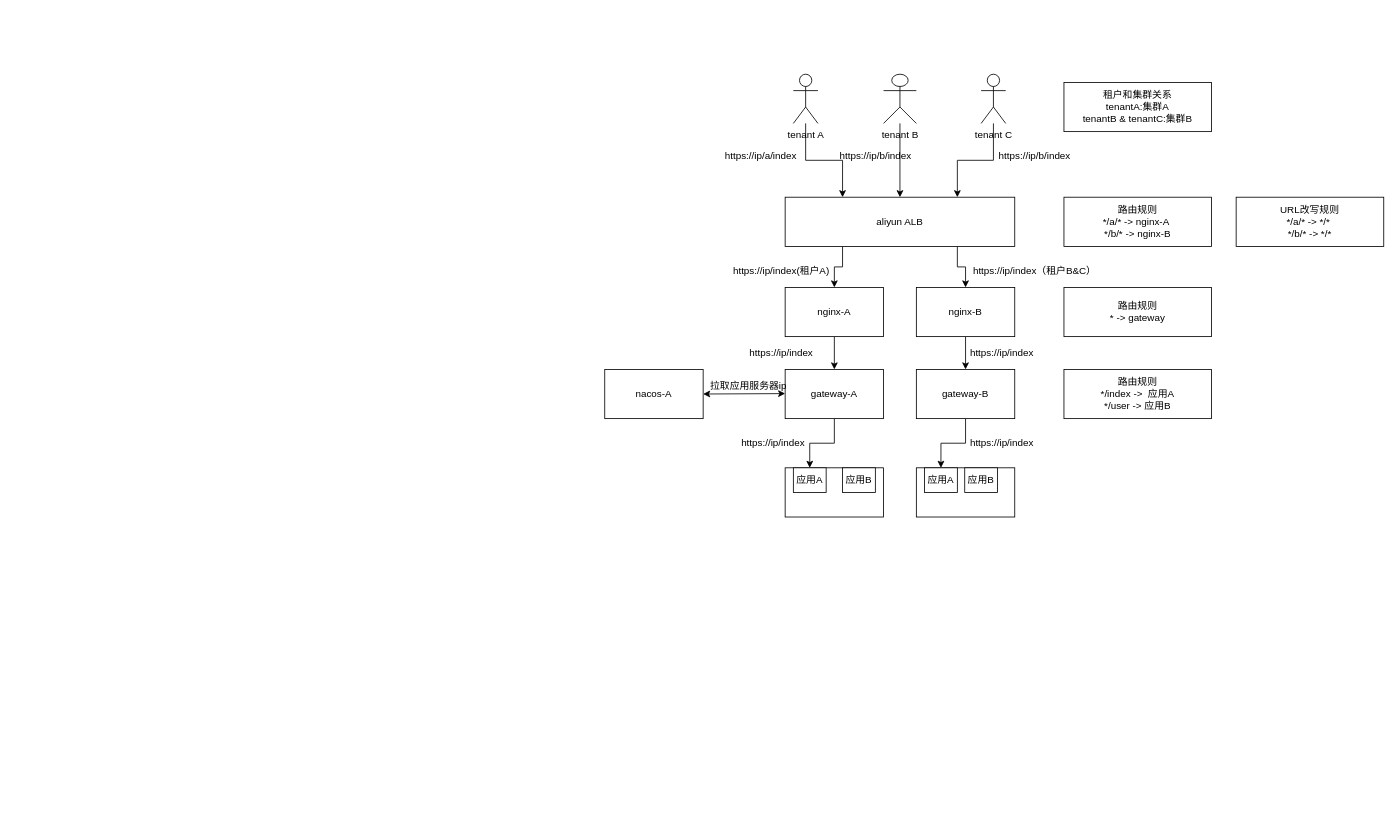
Above: tenant.drawio in julingpu/coffee (draw.io), before the change. Source tidied: cells renumbered, new cells numbered last; positions are measured from the earlier drawing's top-left corner, leaving out a move shared by most shapes. Both pictures are drawn from the tidied source at 82%, with x=0, y=0 at pixel (604, 74).
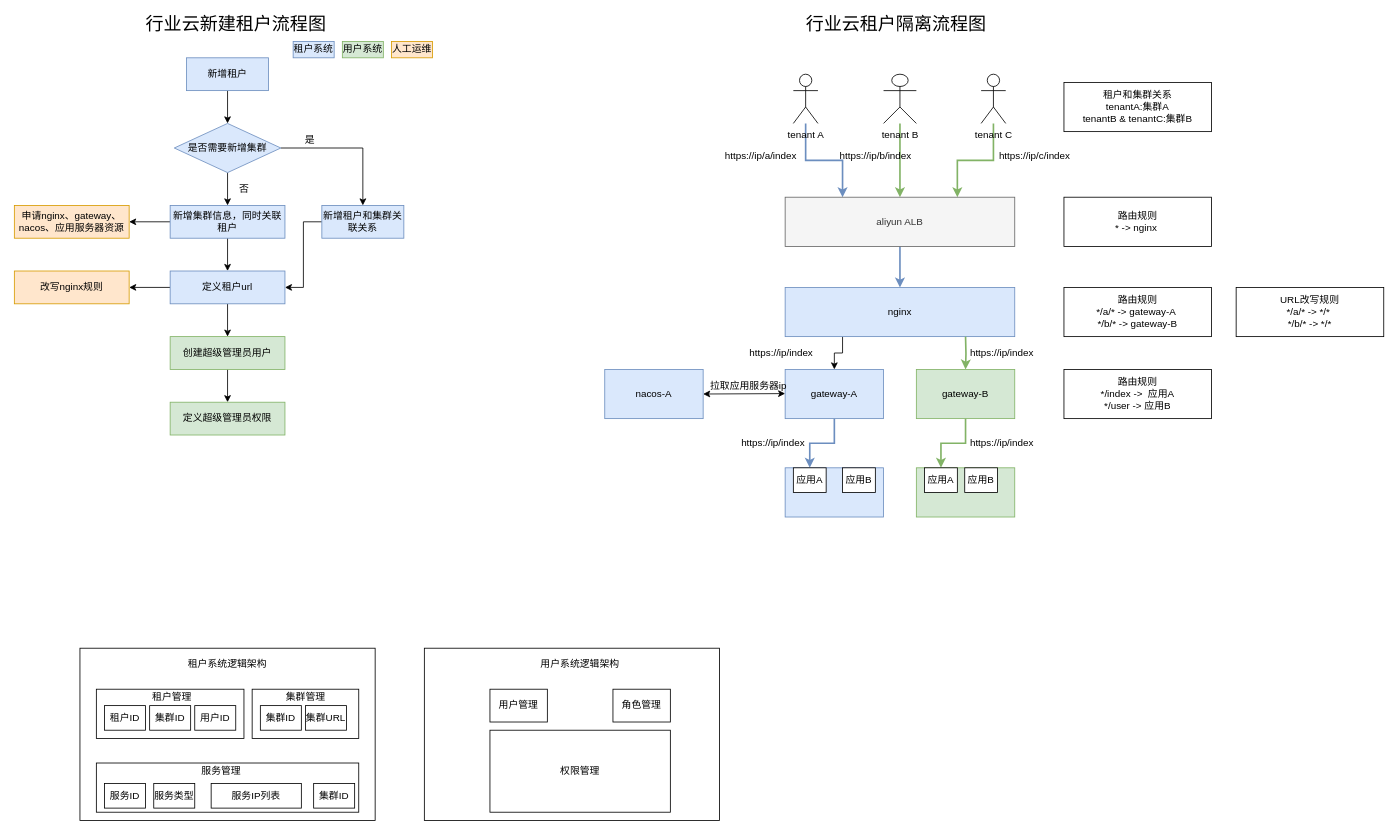
The same diagram, later.

Unchanged cells that the change refers to:
```xml
<mxCell id="3" value="tenant B" style="shape=umlActor;verticalLabelPosition=bottom;verticalAlign=top;html=1;outlineConnect=0;" parent="1" vertex="1">
  <mxGeometry x="340" width="40" height="60" as="geometry" />
</mxCell>
<mxCell id="5" value="tenant A" style="shape=umlActor;verticalLabelPosition=bottom;verticalAlign=top;html=1;outlineConnect=0;" parent="1" vertex="1">
  <mxGeometry x="230" width="30" height="60" as="geometry" />
</mxCell>
<mxCell id="7" value="tenant C" style="shape=umlActor;verticalLabelPosition=bottom;verticalAlign=top;html=1;outlineConnect=0;" parent="1" vertex="1">
  <mxGeometry x="459" width="30" height="60" as="geometry" />
</mxCell>
<mxCell id="35" value="应用A" style="rounded=0;whiteSpace=wrap;html=1;" parent="1" vertex="1">
  <mxGeometry x="230" y="480" width="40" height="30" as="geometry" />
</mxCell>
<mxCell id="38" value="应用A" style="rounded=0;whiteSpace=wrap;html=1;" parent="1" vertex="1">
  <mxGeometry x="390" y="480" width="40" height="30" as="geometry" />
</mxCell>
```

Diff of the diagram source:
```diff
@@
-    <mxCell id="2" style="edgeStyle=orthogonalEdgeStyle;rounded=0;jettySize=auto;html=1;entryX=0.5;entryY=0;entryDx=0;entryDy=0;" parent="1" edge="1" source="3" target="11">
+    <mxCell id="2" style="edgeStyle=orthogonalEdgeStyle;rounded=0;jettySize=auto;html=1;entryX=0.5;entryY=0;entryDx=0;entryDy=0;fillColor=#d5e8d4;strokeColor=#82b366;strokeWidth=2;" parent="1" edge="1" source="3" target="11">
       <mxGeometry relative="1" as="geometry" />
     </mxCell>
@@
-    <mxCell id="4" style="edgeStyle=orthogonalEdgeStyle;rounded=0;jettySize=auto;html=1;entryX=0.25;entryY=0;entryDx=0;entryDy=0;" parent="1" edge="1" source="5" target="11">
+    <mxCell id="4" style="edgeStyle=orthogonalEdgeStyle;rounded=0;jettySize=auto;html=1;entryX=0.25;entryY=0;entryDx=0;entryDy=0;fillColor=#dae8fc;strokeColor=#6c8ebf;strokeWidth=2;" parent="1" edge="1" source="5" target="11">
       <mxGeometry relative="1" as="geometry" />
     </mxCell>
@@
-    <mxCell id="6" style="edgeStyle=orthogonalEdgeStyle;rounded=0;jettySize=auto;html=1;entryX=0.75;entryY=0;entryDx=0;entryDy=0;" parent="1" edge="1" source="7" target="11">
+    <mxCell id="6" style="edgeStyle=orthogonalEdgeStyle;rounded=0;jettySize=auto;html=1;entryX=0.75;entryY=0;entryDx=0;entryDy=0;strokeColor=#82b366;strokeWidth=2;fillColor=#d5e8d4;" parent="1" edge="1" source="7" target="11">
       <mxGeometry relative="1" as="geometry" />
     </mxCell>
@@
-    <mxCell id="9" style="edgeStyle=orthogonalEdgeStyle;rounded=0;jettySize=auto;html=1;exitX=0.25;exitY=1;exitDx=0;exitDy=0;" parent="1" edge="1" source="11" target="16">
+    <mxCell id="9" style="edgeStyle=orthogonalEdgeStyle;rounded=0;jettySize=auto;html=1;exitX=0.5;exitY=1;exitDx=0;exitDy=0;strokeColor=#6c8ebf;strokeWidth=2;fillColor=#dae8fc;" parent="1" edge="1" source="11" target="16">
       <mxGeometry relative="1" as="geometry" />
     </mxCell>
-    <mxCell id="10" style="edgeStyle=orthogonalEdgeStyle;rounded=0;jettySize=auto;html=1;exitX=0.75;exitY=1;exitDx=0;exitDy=0;entryX=0.5;entryY=0;entryDx=0;entryDy=0;" parent="1" edge="1" source="11" target="18">
-      <mxGeometry relative="1" as="geometry" />
-    </mxCell>
-    <mxCell id="11" value="aliyun ALB" style="rounded=0;whiteSpace=wrap;html=1;" parent="1" vertex="1">
+    <mxCell id="11" value="aliyun ALB" style="rounded=0;whiteSpace=wrap;html=1;fillColor=#f5f5f5;strokeColor=#666666;fontColor=#333333;" parent="1" vertex="1">
       <mxGeometry x="220" y="150" width="280" height="60" as="geometry" />
     </mxCell>
@@
-    <mxCell id="14" value="https://ip/b/index" style="text;html=1;align=center;verticalAlign=middle;strokeColor=none;" parent="1" vertex="1">
+    <mxCell id="14" value="https://ip/c/index" style="text;html=1;align=center;verticalAlign=middle;strokeColor=none;" parent="1" vertex="1">
       <mxGeometry x="474" y="90" width="100" height="20" as="geometry" />
     </mxCell>
-    <mxCell id="15" style="edgeStyle=orthogonalEdgeStyle;rounded=0;jettySize=auto;html=1;exitX=0.5;exitY=1;exitDx=0;exitDy=0;entryX=0.5;entryY=0;entryDx=0;entryDy=0;" parent="1" edge="1" source="16" target="25">
+    <mxCell id="15" style="edgeStyle=orthogonalEdgeStyle;rounded=0;jettySize=auto;html=1;exitX=0.25;exitY=1;exitDx=0;exitDy=0;entryX=0.5;entryY=0;entryDx=0;entryDy=0;strokeWidth=1;" parent="1" edge="1" source="16" target="25">
       <mxGeometry relative="1" as="geometry" />
     </mxCell>
-    <mxCell id="16" value="nginx-A" style="rounded=0;whiteSpace=wrap;html=1;" parent="1" vertex="1">
-      <mxGeometry x="220" y="260" width="120" height="60" as="geometry" />
+    <mxCell id="16" value="nginx" style="rounded=0;whiteSpace=wrap;html=1;fillColor=#dae8fc;strokeColor=#6c8ebf;" parent="1" vertex="1">
+      <mxGeometry x="220" y="260" width="280" height="60" as="geometry" />
     </mxCell>
-    <mxCell id="17" style="edgeStyle=orthogonalEdgeStyle;rounded=0;jettySize=auto;html=1;exitX=0.5;exitY=1;exitDx=0;exitDy=0;entryX=0.5;entryY=0;entryDx=0;entryDy=0;" parent="1" edge="1" source="18" target="27">
-      <mxGeometry relative="1" as="geometry" />
+    <mxCell id="17" style="edgeStyle=orthogonalEdgeStyle;rounded=0;jettySize=auto;html=1;exitX=0.5;exitY=1;exitDx=0;exitDy=0;entryX=0.5;entryY=0;entryDx=0;entryDy=0;strokeColor=#82b366;strokeWidth=2;fillColor=#d5e8d4;" parent="1" edge="1" target="27">
+      <mxGeometry relative="1" as="geometry">
+        <mxPoint x="440" y="320" as="sourcePoint" />
+      </mxGeometry>
     </mxCell>
-    <mxCell id="18" value="nginx-B" style="rounded=0;whiteSpace=wrap;html=1;" parent="1" vertex="1">
-      <mxGeometry x="380" y="260" width="120" height="60" as="geometry" />
-    </mxCell>
-    <mxCell id="19" value="路由规则&lt;br&gt;*/a/* -&amp;gt; nginx-A&amp;nbsp;&lt;br&gt;*/b/* -&amp;gt; nginx-B" style="rounded=0;whiteSpace=wrap;html=1;" parent="1" vertex="1">
+    <mxCell id="19" value="路由规则&lt;br&gt;* -&amp;gt; nginx&amp;nbsp;" style="rounded=0;whiteSpace=wrap;html=1;" parent="1" vertex="1">
       <mxGeometry x="560" y="150" width="180" height="60" as="geometry" />
     </mxCell>
-    <mxCell id="20" value="https://ip/index(租户A)" style="text;html=1;align=center;verticalAlign=middle;strokeColor=none;" parent="1" vertex="1">
-      <mxGeometry x="150" y="230" width="130" height="20" as="geometry" />
-    </mxCell>
-    <mxCell id="21" value="https://ip/index（租户B&amp;amp;C）" style="text;html=1;align=center;verticalAlign=middle;strokeColor=none;" parent="1" vertex="1">
-      <mxGeometry x="439" y="230" width="170" height="20" as="geometry" />
-    </mxCell>
-    <mxCell id="22" value="URL改写规则&lt;br&gt;*/a/* -&amp;gt; */*&amp;nbsp;&lt;br&gt;*/b/* -&amp;gt; */*" style="rounded=0;whiteSpace=wrap;html=1;" parent="1" vertex="1">
-      <mxGeometry x="770" y="150" width="180" height="60" as="geometry" />
-    </mxCell>
-    <mxCell id="23" value="路由规则&lt;br&gt;* -&amp;gt; gateway" style="rounded=0;whiteSpace=wrap;html=1;" parent="1" vertex="1">
-      <mxGeometry x="560" y="260" width="180" height="60" as="geometry" />
-    </mxCell>
-    <mxCell id="24" style="edgeStyle=orthogonalEdgeStyle;rounded=0;jettySize=auto;html=1;exitX=0.5;exitY=1;exitDx=0;exitDy=0;entryX=0.5;entryY=0;entryDx=0;entryDy=0;" parent="1" edge="1" source="25" target="35">
+    <mxCell id="24" style="edgeStyle=orthogonalEdgeStyle;rounded=0;jettySize=auto;html=1;exitX=0.5;exitY=1;exitDx=0;exitDy=0;entryX=0.5;entryY=0;entryDx=0;entryDy=0;strokeColor=#6c8ebf;strokeWidth=2;fillColor=#dae8fc;" parent="1" edge="1" source="25" target="35">
       <mxGeometry relative="1" as="geometry" />
     </mxCell>
-    <mxCell id="25" value="gateway-A" style="rounded=0;whiteSpace=wrap;html=1;" parent="1" vertex="1">
+    <mxCell id="25" value="gateway-A" style="rounded=0;whiteSpace=wrap;html=1;fillColor=#dae8fc;strokeColor=#6c8ebf;" parent="1" vertex="1">
       <mxGeometry x="220" y="360" width="120" height="60" as="geometry" />
     </mxCell>
-    <mxCell id="26" style="edgeStyle=orthogonalEdgeStyle;rounded=0;jettySize=auto;html=1;exitX=0.5;exitY=1;exitDx=0;exitDy=0;entryX=0.5;entryY=0;entryDx=0;entryDy=0;" parent="1" edge="1" source="27" target="38">
+    <mxCell id="26" style="edgeStyle=orthogonalEdgeStyle;rounded=0;jettySize=auto;html=1;exitX=0.5;exitY=1;exitDx=0;exitDy=0;entryX=0.5;entryY=0;entryDx=0;entryDy=0;strokeColor=#82b366;strokeWidth=2;fillColor=#d5e8d4;" parent="1" edge="1" source="27" target="38">
       <mxGeometry relative="1" as="geometry" />
     </mxCell>
-    <mxCell id="27" value="gateway-B" style="rounded=0;whiteSpace=wrap;html=1;" parent="1" vertex="1">
+    <mxCell id="27" value="gateway-B" style="rounded=0;whiteSpace=wrap;html=1;fillColor=#d5e8d4;strokeColor=#82b366;" parent="1" vertex="1">
       <mxGeometry x="380" y="360" width="120" height="60" as="geometry" />
     </mxCell>
@@
-    <mxCell id="30" value="nacos-A" style="rounded=0;whiteSpace=wrap;html=1;" parent="1" vertex="1">
+    <mxCell id="30" value="nacos-A" style="rounded=0;whiteSpace=wrap;html=1;fillColor=#dae8fc;strokeColor=#6c8ebf;" parent="1" vertex="1">
       <mxGeometry y="360" width="120" height="60" as="geometry" />
     </mxCell>
@@
-    <mxCell id="34" style="rounded=0;whiteSpace=wrap;html=1;" parent="1" vertex="1">
+    <mxCell id="34" style="rounded=0;whiteSpace=wrap;html=1;fillColor=#dae8fc;strokeColor=#6c8ebf;" parent="1" vertex="1">
       <mxGeometry x="220" y="480" width="120" height="60" as="geometry" />
     </mxCell>
@@
-    <mxCell id="37" style="rounded=0;whiteSpace=wrap;html=1;" parent="1" vertex="1">
+    <mxCell id="37" style="rounded=0;whiteSpace=wrap;html=1;fillColor=#d5e8d4;strokeColor=#82b366;" parent="1" vertex="1">
       <mxGeometry x="380" y="480" width="120" height="60" as="geometry" />
     </mxCell>
@@
+    <mxCell id="42" value="&lt;font style=&quot;font-size: 22px&quot;&gt;行业云租户隔离流程图&lt;/font&gt;" style="text;html=1;align=center;verticalAlign=middle;strokeColor=none;" parent="1" vertex="1">
+      <mxGeometry x="235" y="-70" width="240" height="20" as="geometry" />
+    </mxCell>
+    <mxCell id="43" value="&lt;font style=&quot;font-size: 22px&quot;&gt;行业云新建租户流程图&lt;/font&gt;" style="text;html=1;align=center;verticalAlign=middle;strokeColor=none;" parent="1" vertex="1">
+      <mxGeometry x="-570" y="-70" width="240" height="20" as="geometry" />
+    </mxCell>
+    <mxCell id="44" style="edgeStyle=orthogonalEdgeStyle;rounded=0;jettySize=auto;html=1;exitX=0.5;exitY=1;exitDx=0;exitDy=0;entryX=0.5;entryY=0;entryDx=0;entryDy=0;strokeWidth=1;" parent="1" edge="1" source="45" target="48">
+      <mxGeometry relative="1" as="geometry" />
+    </mxCell>
+    <mxCell id="45" value="新增租户" style="rounded=0;whiteSpace=wrap;html=1;fillColor=#dae8fc;strokeColor=#6c8ebf;" parent="1" vertex="1">
+      <mxGeometry x="-510" y="-20" width="100" height="40" as="geometry" />
+    </mxCell>
+    <mxCell id="46" style="edgeStyle=orthogonalEdgeStyle;rounded=0;jettySize=auto;html=1;strokeWidth=1;" parent="1" edge="1" source="48" target="50">
+      <mxGeometry relative="1" as="geometry" />
+    </mxCell>
+    <mxCell id="47" style="edgeStyle=orthogonalEdgeStyle;rounded=0;jettySize=auto;html=1;exitX=0.5;exitY=1;exitDx=0;exitDy=0;entryX=0.5;entryY=0;entryDx=0;entryDy=0;strokeWidth=1;" parent="1" edge="1" source="48" target="54">
+      <mxGeometry relative="1" as="geometry" />
+    </mxCell>
+    <mxCell id="48" value="是否需要新增集群" style="rhombus;whiteSpace=wrap;html=1;fillColor=#dae8fc;strokeColor=#6c8ebf;strokeWidth=1;" parent="1" vertex="1">
+      <mxGeometry x="-525" y="60" width="130" height="60" as="geometry" />
+    </mxCell>
+    <mxCell id="49" style="edgeStyle=orthogonalEdgeStyle;rounded=0;jettySize=auto;html=1;entryX=1;entryY=0.5;entryDx=0;entryDy=0;strokeWidth=1;" parent="1" edge="1" source="50" target="57">
+      <mxGeometry relative="1" as="geometry" />
+    </mxCell>
+    <mxCell id="50" value="新增租户和集群关联关系" style="rounded=0;whiteSpace=wrap;html=1;fillColor=#dae8fc;strokeColor=#6c8ebf;strokeWidth=1;" parent="1" vertex="1">
+      <mxGeometry x="-345" y="160" width="100" height="40" as="geometry" />
+    </mxCell>
+    <mxCell id="51" value="是" style="text;html=1;align=center;verticalAlign=middle;strokeColor=none;strokeWidth=1;" parent="1" vertex="1">
+      <mxGeometry x="-375" y="70" width="30" height="20" as="geometry" />
+    </mxCell>
+    <mxCell id="52" style="edgeStyle=orthogonalEdgeStyle;rounded=0;jettySize=auto;html=1;exitX=0.5;exitY=1;exitDx=0;exitDy=0;entryX=0.5;entryY=0;entryDx=0;entryDy=0;strokeWidth=1;" parent="1" edge="1" source="54" target="57">
+      <mxGeometry relative="1" as="geometry" />
+    </mxCell>
+    <mxCell id="53" style="edgeStyle=orthogonalEdgeStyle;rounded=0;jettySize=auto;html=1;exitX=0;exitY=0.5;exitDx=0;exitDy=0;entryX=1;entryY=0.5;entryDx=0;entryDy=0;strokeWidth=1;" parent="1" edge="1" source="54" target="63">
+      <mxGeometry relative="1" as="geometry" />
+    </mxCell>
+    <mxCell id="54" value="新增集群信息，同时关联租户" style="rounded=0;whiteSpace=wrap;html=1;fillColor=#dae8fc;strokeColor=#6c8ebf;strokeWidth=1;" parent="1" vertex="1">
+      <mxGeometry x="-530" y="160" width="140" height="40" as="geometry" />
+    </mxCell>
+    <mxCell id="55" style="edgeStyle=orthogonalEdgeStyle;rounded=0;jettySize=auto;html=1;exitX=0.5;exitY=1;exitDx=0;exitDy=0;entryX=0.5;entryY=0;entryDx=0;entryDy=0;strokeWidth=1;" parent="1" edge="1" source="57" target="59">
+      <mxGeometry relative="1" as="geometry" />
+    </mxCell>
+    <mxCell id="56" style="edgeStyle=orthogonalEdgeStyle;rounded=0;jettySize=auto;html=1;entryX=1;entryY=0.5;entryDx=0;entryDy=0;strokeWidth=1;" parent="1" edge="1" source="57" target="64">
+      <mxGeometry relative="1" as="geometry" />
+    </mxCell>
+    <mxCell id="57" value="定义租户url" style="rounded=0;whiteSpace=wrap;html=1;fillColor=#dae8fc;strokeColor=#6c8ebf;strokeWidth=1;" parent="1" vertex="1">
+      <mxGeometry x="-530" y="240" width="140" height="40" as="geometry" />
+    </mxCell>
+    <mxCell id="58" style="edgeStyle=orthogonalEdgeStyle;rounded=0;jettySize=auto;html=1;exitX=0.5;exitY=1;exitDx=0;exitDy=0;entryX=0.5;entryY=0;entryDx=0;entryDy=0;strokeWidth=1;" parent="1" edge="1" source="59" target="65">
+      <mxGeometry relative="1" as="geometry" />
+    </mxCell>
+    <mxCell id="59" value="创建超级管理员用户" style="rounded=0;whiteSpace=wrap;html=1;fillColor=#d5e8d4;strokeColor=#82b366;" parent="1" vertex="1">
+      <mxGeometry x="-530" y="320" width="140" height="40" as="geometry" />
+    </mxCell>
+    <mxCell id="60" value="租户系统" style="rounded=0;whiteSpace=wrap;html=1;fillColor=#dae8fc;strokeColor=#6c8ebf;" parent="1" vertex="1">
+      <mxGeometry x="-380" y="-40" width="50" height="20" as="geometry" />
+    </mxCell>
+    <mxCell id="61" value="用户系统" style="rounded=0;whiteSpace=wrap;html=1;fillColor=#d5e8d4;strokeColor=#82b366;" parent="1" vertex="1">
+      <mxGeometry x="-320" y="-40" width="50" height="20" as="geometry" />
+    </mxCell>
+    <mxCell id="62" value="人工运维" style="rounded=0;whiteSpace=wrap;html=1;fillColor=#ffe6cc;strokeColor=#d79b00;" parent="1" vertex="1">
+      <mxGeometry x="-260" y="-40" width="50" height="20" as="geometry" />
+    </mxCell>
+    <mxCell id="63" value="申请nginx、gateway、nacos、应用服务器资源" style="rounded=0;whiteSpace=wrap;html=1;fillColor=#ffe6cc;strokeColor=#d79b00;strokeWidth=1;" parent="1" vertex="1">
+      <mxGeometry x="-720" y="160" width="140" height="40" as="geometry" />
+    </mxCell>
+    <mxCell id="64" value="改写nginx规则" style="rounded=0;whiteSpace=wrap;html=1;fillColor=#ffe6cc;strokeColor=#d79b00;strokeWidth=1;" parent="1" vertex="1">
+      <mxGeometry x="-720" y="240" width="140" height="40" as="geometry" />
+    </mxCell>
+    <mxCell id="65" value="定义超级管理员权限" style="rounded=0;whiteSpace=wrap;html=1;fillColor=#d5e8d4;strokeColor=#82b366;" parent="1" vertex="1">
+      <mxGeometry x="-530" y="400" width="140" height="40" as="geometry" />
+    </mxCell>
+    <mxCell id="66" value="否" style="text;html=1;align=center;verticalAlign=middle;strokeColor=none;" parent="1" vertex="1">
+      <mxGeometry x="-455" y="130" width="30" height="20" as="geometry" />
+    </mxCell>
+    <mxCell id="67" style="rounded=0;whiteSpace=wrap;html=1;strokeWidth=1;" parent="1" vertex="1">
+      <mxGeometry x="-640" y="700" width="360" height="210" as="geometry" />
+    </mxCell>
+    <mxCell id="68" value="租户系统逻辑架构" style="text;html=1;strokeColor=none;fillColor=none;align=center;verticalAlign=middle;whiteSpace=wrap;rounded=0;" parent="1" vertex="1">
+      <mxGeometry x="-510" y="710" width="100" height="20" as="geometry" />
+    </mxCell>
+    <mxCell id="69" style="rounded=0;whiteSpace=wrap;html=1;strokeWidth=1;" parent="1" vertex="1">
+      <mxGeometry x="-620" y="750" width="180" height="60" as="geometry" />
+    </mxCell>
+    <mxCell id="70" style="rounded=0;whiteSpace=wrap;html=1;strokeWidth=1;" parent="1" vertex="1">
+      <mxGeometry x="-430" y="750" width="130" height="60" as="geometry" />
+    </mxCell>
+    <mxCell id="71" style="rounded=0;whiteSpace=wrap;html=1;strokeWidth=1;" parent="1" vertex="1">
+      <mxGeometry x="-620" y="840" width="320" height="60" as="geometry" />
+    </mxCell>
+    <mxCell id="72" value="租户ID" style="rounded=0;whiteSpace=wrap;html=1;strokeWidth=1;" parent="1" vertex="1">
+      <mxGeometry x="-610" y="770" width="50" height="30" as="geometry" />
+    </mxCell>
+    <mxCell id="73" value="集群ID" style="rounded=0;whiteSpace=wrap;html=1;strokeWidth=1;" parent="1" vertex="1">
+      <mxGeometry x="-555" y="770" width="50" height="30" as="geometry" />
+    </mxCell>
+    <mxCell id="74" value="用户ID" style="rounded=0;whiteSpace=wrap;html=1;strokeWidth=1;" parent="1" vertex="1">
+      <mxGeometry x="-500" y="770" width="50" height="30" as="geometry" />
+    </mxCell>
+    <mxCell id="75" value="集群ID" style="rounded=0;whiteSpace=wrap;html=1;strokeWidth=1;" parent="1" vertex="1">
+      <mxGeometry x="-420" y="770" width="50" height="30" as="geometry" />
+    </mxCell>
+    <mxCell id="76" value="集群URL" style="rounded=0;whiteSpace=wrap;html=1;strokeWidth=1;" parent="1" vertex="1">
+      <mxGeometry x="-365" y="770" width="50" height="30" as="geometry" />
+    </mxCell>
+    <mxCell id="77" value="服务ID" style="rounded=0;whiteSpace=wrap;html=1;strokeWidth=1;" parent="1" vertex="1">
+      <mxGeometry x="-610" y="865" width="50" height="30" as="geometry" />
+    </mxCell>
+    <mxCell id="78" value="服务类型" style="rounded=0;whiteSpace=wrap;html=1;strokeWidth=1;" parent="1" vertex="1">
+      <mxGeometry x="-550" y="865" width="50" height="30" as="geometry" />
+    </mxCell>
+    <mxCell id="79" value="服务IP列表" style="rounded=0;whiteSpace=wrap;html=1;strokeWidth=1;" parent="1" vertex="1">
+      <mxGeometry x="-480" y="865" width="110" height="30" as="geometry" />
+    </mxCell>
+    <mxCell id="80" value="集群ID" style="rounded=0;whiteSpace=wrap;html=1;strokeWidth=1;" parent="1" vertex="1">
+      <mxGeometry x="-355" y="865" width="50" height="30" as="geometry" />
+    </mxCell>
+    <mxCell id="81" value="租户管理" style="text;html=1;strokeColor=none;fillColor=none;align=center;verticalAlign=middle;whiteSpace=wrap;rounded=0;" parent="1" vertex="1">
+      <mxGeometry x="-555" y="750" width="55" height="20" as="geometry" />
+    </mxCell>
+    <mxCell id="82" value="集群管理" style="text;html=1;strokeColor=none;fillColor=none;align=center;verticalAlign=middle;whiteSpace=wrap;rounded=0;" parent="1" vertex="1">
+      <mxGeometry x="-392.5" y="750" width="55" height="20" as="geometry" />
+    </mxCell>
+    <mxCell id="83" value="服务管理" style="text;html=1;strokeColor=none;fillColor=none;align=center;verticalAlign=middle;whiteSpace=wrap;rounded=0;" parent="1" vertex="1">
+      <mxGeometry x="-495" y="840" width="55" height="20" as="geometry" />
+    </mxCell>
+    <mxCell id="84" style="rounded=0;whiteSpace=wrap;html=1;strokeWidth=1;" parent="1" vertex="1">
+      <mxGeometry x="-220" y="700" width="360" height="210" as="geometry" />
+    </mxCell>
+    <mxCell id="85" value="用户系统逻辑架构" style="text;html=1;strokeColor=none;fillColor=none;align=center;verticalAlign=middle;whiteSpace=wrap;rounded=0;" parent="1" vertex="1">
+      <mxGeometry x="-80" y="710" width="100" height="20" as="geometry" />
+    </mxCell>
+    <mxCell id="86" value="用户管理" style="rounded=0;whiteSpace=wrap;html=1;strokeWidth=1;" parent="1" vertex="1">
+      <mxGeometry x="-140" y="750" width="70" height="40" as="geometry" />
+    </mxCell>
+    <mxCell id="87" value="角色管理" style="rounded=0;whiteSpace=wrap;html=1;strokeWidth=1;" parent="1" vertex="1">
+      <mxGeometry x="10" y="750" width="70" height="40" as="geometry" />
+    </mxCell>
+    <mxCell id="88" value="权限管理" style="rounded=0;whiteSpace=wrap;html=1;strokeWidth=1;" parent="1" vertex="1">
+      <mxGeometry x="-140" y="800" width="220" height="100" as="geometry" />
+    </mxCell>
+    <mxCell id="22" value="URL改写规则&lt;br&gt;*/a/* -&amp;gt; */*&amp;nbsp;&lt;br&gt;*/b/* -&amp;gt; */*" style="rounded=0;whiteSpace=wrap;html=1;" parent="1" vertex="1">
+      <mxGeometry x="770" y="260" width="180" height="60" as="geometry" />
+    </mxCell>
+    <mxCell id="89" value="路由规则&lt;br&gt;*/a/* -&amp;gt; gateway-A&amp;nbsp;&lt;br&gt;*/b/* -&amp;gt; gateway-B" style="rounded=0;whiteSpace=wrap;html=1;" parent="1" vertex="1">
+      <mxGeometry x="560" y="260" width="180" height="60" as="geometry" />
+    </mxCell>
```
